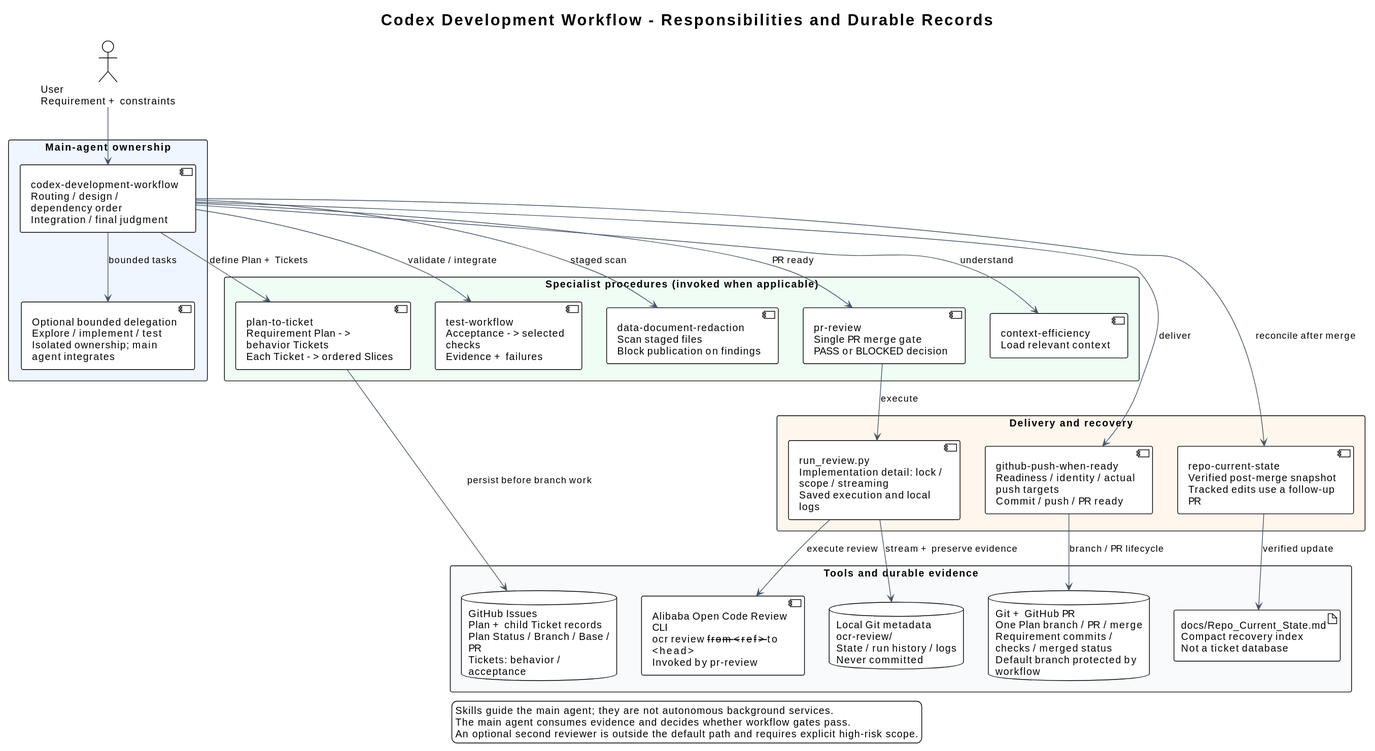
The PlantUML diagram docs/diagrams/components.svg in i-zrhe2016/codex-development-workflow, before a commit.
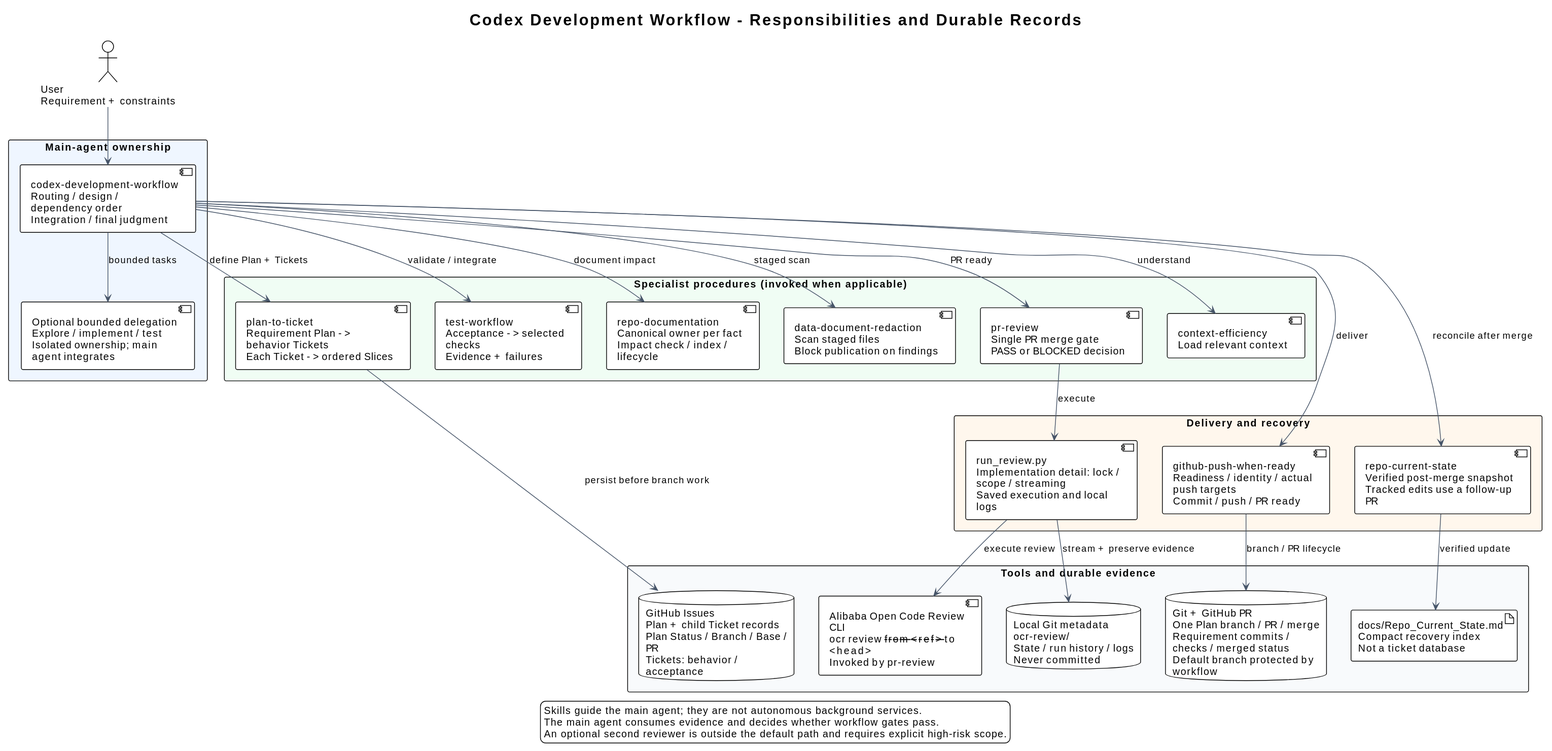
The same diagram one commit later.

The edit, as a diff of the source:
```diff
@@ -17,6 +17,7 @@
   component "context-efficiency\nLoad relevant context" as context
   component "plan-to-ticket\nRequirement Plan -> behavior Tickets\nEach Ticket -> ordered Slices" as plan
   component "test-workflow\nAcceptance -> selected checks\nEvidence + failures" as tests
+  component "repo-documentation\nCanonical owner per fact\nImpact check / index / lifecycle" as docs
   component "data-document-redaction\nScan staged files\nBlock publication on findings" as redact
   component "pr-review\nSingle PR merge gate\nPASS or BLOCKED decision" as review
 }
@@ -38,6 +39,7 @@
 main --> context : understand
 main --> plan : define Plan + Tickets
 main --> tests : validate / integrate
+main --> docs : document impact
 main --> redact : staged scan
 main --> publish : deliver
 main --> review : PR ready
```
